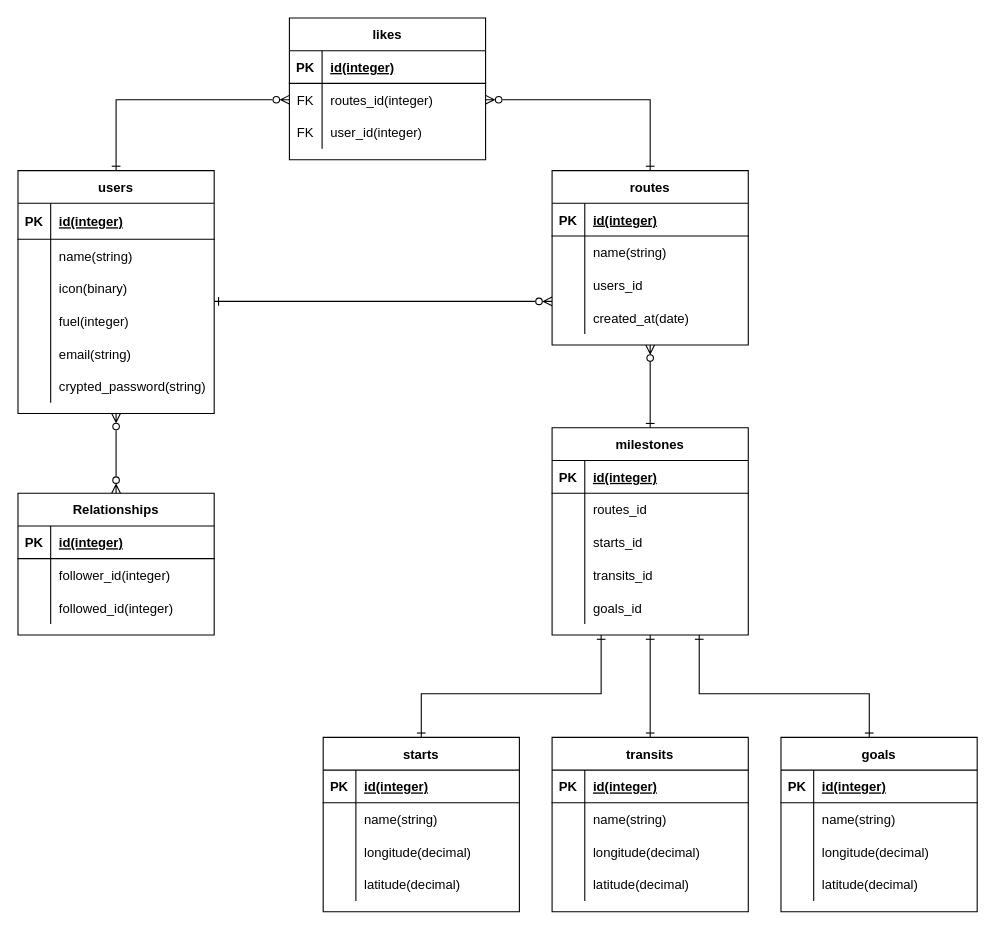
Earlier version of the draw.io diagram shuffle_drive.drawio (yamasakikouhei28/shuffle_drive). Source tidied: cells renumbered, new cells numbered last; positions are measured from the earlier drawing's top-left corner, leaving out a move shared by most shapes. Both pictures are drawn from the tidied source at 109%, with x=0, y=0 at pixel (17, 17).
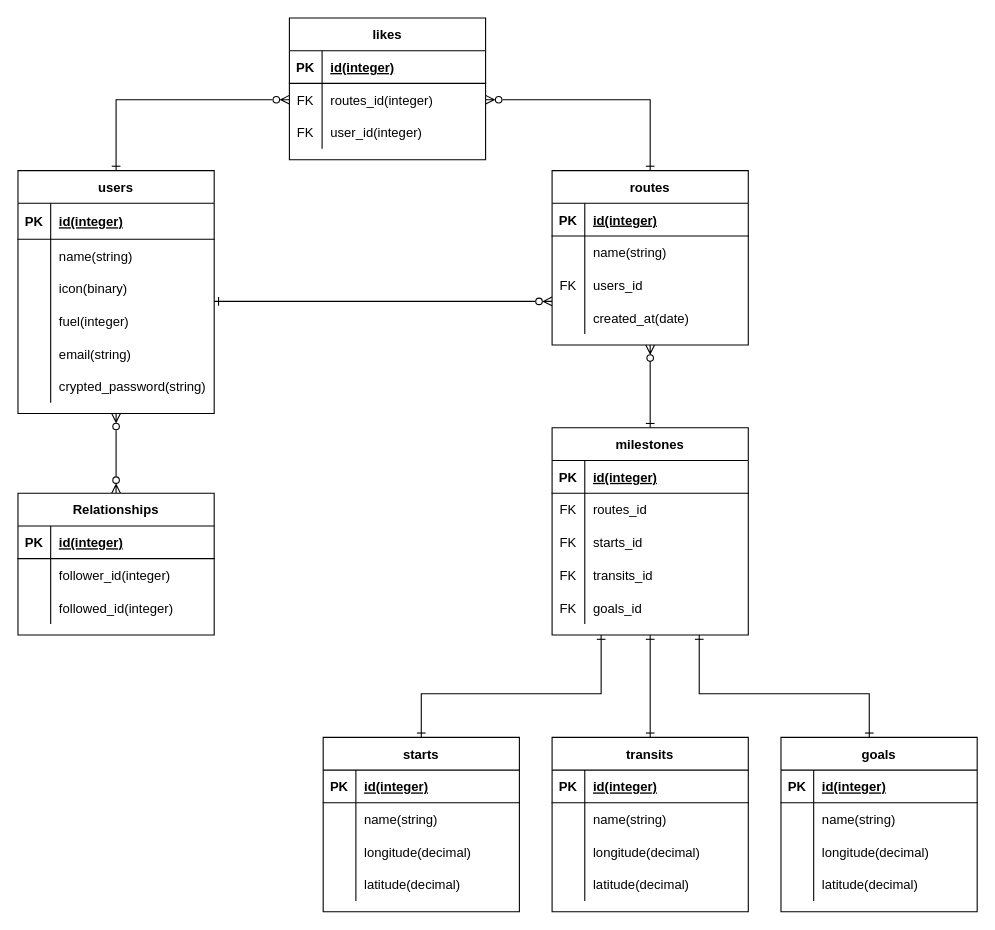
Above is the later version.

Commit message:
shuffle_drive.drawio を更新します

The change refers to these unchanged cells:
```xml
<mxCell id="34" style="shape=tableRow;horizontal=0;startSize=0;swimlaneHead=0;swimlaneBody=0;fillColor=none;top=0;left=0;right=0;bottom=0;" parent="27" vertex="1">
  <mxGeometry y="90" width="180" height="30" as="geometry" />
</mxCell>
<mxCell id="94" style="shape=tableRow;horizontal=0;startSize=0;swimlaneHead=0;swimlaneBody=0;fillColor=none;top=0;left=0;right=0;bottom=0;" parent="90" vertex="1">
  <mxGeometry y="60" width="180" height="30" as="geometry" />
</mxCell>
<mxCell id="97" style="shape=tableRow;horizontal=0;startSize=0;swimlaneHead=0;swimlaneBody=0;fillColor=none;top=0;left=0;right=0;bottom=0;" parent="90" vertex="1">
  <mxGeometry y="90" width="180" height="30" as="geometry" />
</mxCell>
<mxCell id="100" style="shape=tableRow;horizontal=0;startSize=0;swimlaneHead=0;swimlaneBody=0;fillColor=none;top=0;left=0;right=0;bottom=0;" parent="90" vertex="1">
  <mxGeometry y="120" width="180" height="30" as="geometry" />
</mxCell>
<mxCell id="103" style="shape=tableRow;horizontal=0;startSize=0;swimlaneHead=0;swimlaneBody=0;fillColor=none;top=0;left=0;right=0;bottom=0;" parent="90" vertex="1">
  <mxGeometry y="150" width="180" height="30" as="geometry" />
</mxCell>
```

The edit, as a diff of the source:
```diff
@@
-    <mxCell id="35" style="shape=partialRectangle;fillColor=none;top=0;left=0;bottom=0;right=0;overflow=hidden;" parent="34" vertex="1">
+    <mxCell id="35" value="FK" style="shape=partialRectangle;fillColor=none;top=0;left=0;bottom=0;right=0;overflow=hidden;" parent="34" vertex="1">
       <mxGeometry width="30" height="30" as="geometry" />
     </mxCell>
@@
-    <mxCell id="95" style="shape=partialRectangle;fillColor=none;top=0;left=0;bottom=0;right=0;overflow=hidden;" parent="94" vertex="1">
+    <mxCell id="95" value="FK" style="shape=partialRectangle;fillColor=none;top=0;left=0;bottom=0;right=0;overflow=hidden;" parent="94" vertex="1">
       <mxGeometry width="30" height="30" as="geometry" />
     </mxCell>
@@
-    <mxCell id="98" style="shape=partialRectangle;fillColor=none;top=0;left=0;bottom=0;right=0;overflow=hidden;" parent="97" vertex="1">
+    <mxCell id="98" value="FK" style="shape=partialRectangle;fillColor=none;top=0;left=0;bottom=0;right=0;overflow=hidden;" parent="97" vertex="1">
       <mxGeometry width="30" height="30" as="geometry" />
     </mxCell>
@@
-    <mxCell id="101" style="shape=partialRectangle;fillColor=none;top=0;left=0;bottom=0;right=0;overflow=hidden;" parent="100" vertex="1">
+    <mxCell id="101" value="FK" style="shape=partialRectangle;fillColor=none;top=0;left=0;bottom=0;right=0;overflow=hidden;" parent="100" vertex="1">
       <mxGeometry width="30" height="30" as="geometry" />
     </mxCell>
@@
-    <mxCell id="104" style="shape=partialRectangle;fillColor=none;top=0;left=0;bottom=0;right=0;overflow=hidden;" parent="103" vertex="1">
+    <mxCell id="104" value="FK" style="shape=partialRectangle;fillColor=none;top=0;left=0;bottom=0;right=0;overflow=hidden;" parent="103" vertex="1">
       <mxGeometry width="30" height="30" as="geometry" />
     </mxCell>
```
